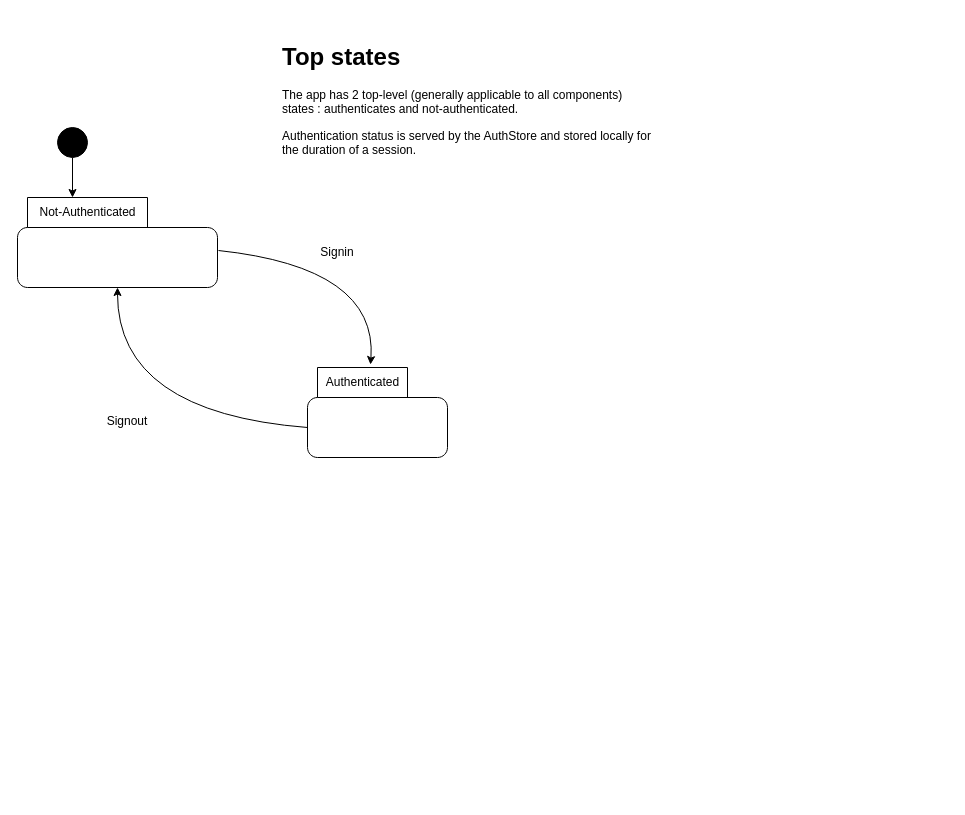
The draw.io diagram page "States" (2 of 5) of design/frontend.app.swa.drawio in sergiunagy/findashboard, before the edit. Source tidied: cells renumbered, new cells numbered last; positions are measured from the earlier drawing's top-left corner, leaving out a move shared by most shapes. Both pictures are drawn from the tidied source at 100%, with x=0, y=0 at pixel (17, 37).
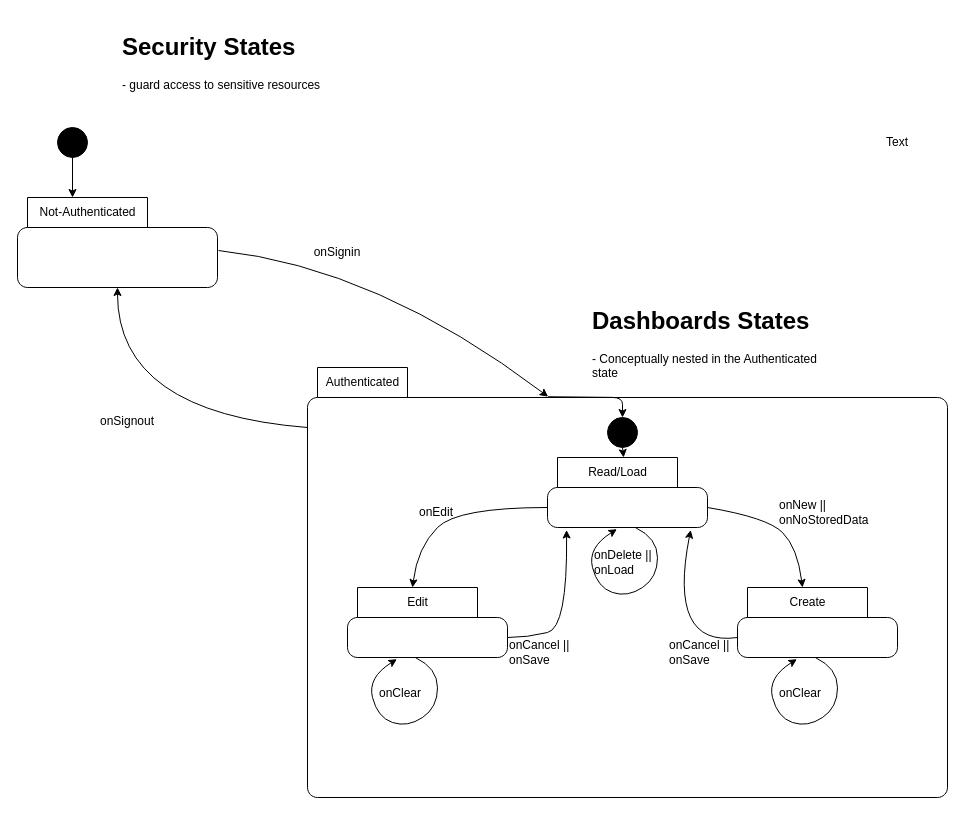
Above is the later version.

Commit message (it also covers changes not shown here):
FIN-13: App state machine diagram

The change refers to these unchanged cells:
```xml
<mxCell id="2" value="Not-Authenticated" style="shape=folder;align=center;verticalAlign=middle;fontStyle=0;tabWidth=130;tabHeight=30;tabPosition=left;html=1;boundedLbl=1;labelInHeader=1;rounded=1;absoluteArcSize=1;arcSize=10;" parent="1" vertex="1">
  <mxGeometry y="160" width="200" height="90" as="geometry" />
</mxCell>
```

Change to the diagram source:
```diff
@@
     <mxCell id="3" value="Authenticated" style="shape=folder;align=center;verticalAlign=middle;fontStyle=0;tabWidth=100;tabHeight=30;tabPosition=left;html=1;boundedLbl=1;labelInHeader=1;rounded=1;absoluteArcSize=1;arcSize=10;" parent="1" vertex="1">
-      <mxGeometry x="290" y="330" width="140" height="90" as="geometry" />
+      <mxGeometry x="290" y="330" width="640" height="430" as="geometry" />
     </mxCell>
-    <mxCell id="4" style="curved=1;endArrow=classic;html=1;exitX=1.005;exitY=0.589;exitDx=0;exitDy=0;exitPerimeter=0;entryX=0.45;entryY=-0.033;entryDx=0;entryDy=0;entryPerimeter=0;" parent="1" edge="1" source="2" target="3">
+    <mxCell id="4" style="curved=1;endArrow=classic;html=1;exitX=1.005;exitY=0.589;exitDx=0;exitDy=0;exitPerimeter=0;entryX=0.376;entryY=0.068;entryDx=0;entryDy=0;entryPerimeter=0;" parent="1" edge="1" source="2" target="3">
       <mxGeometry relative="1" as="geometry">
         <Array as="points">
           <mxPoint x="360" y="230" />
         </Array>
       </mxGeometry>
     </mxCell>
@@
-    <mxCell id="6" value="Signin" style="text;html=1;strokeColor=none;fillColor=none;align=center;verticalAlign=middle;whiteSpace=wrap;rounded=0;" parent="1" vertex="1">
+    <mxCell id="6" value="onSignin" style="text;html=1;strokeColor=none;fillColor=none;align=center;verticalAlign=middle;whiteSpace=wrap;rounded=0;" parent="1" vertex="1">
       <mxGeometry x="290" y="200" width="60" height="30" as="geometry" />
     </mxCell>
-    <mxCell id="7" value="Signout" style="text;html=1;strokeColor=none;fillColor=none;align=center;verticalAlign=middle;whiteSpace=wrap;rounded=0;" parent="1" vertex="1">
+    <mxCell id="7" value="onSignout" style="text;html=1;strokeColor=none;fillColor=none;align=center;verticalAlign=middle;whiteSpace=wrap;rounded=0;" parent="1" vertex="1">
       <mxGeometry x="80" y="369" width="60" height="30" as="geometry" />
     </mxCell>
-    <mxCell id="8" value="&lt;h1&gt;Top states&lt;/h1&gt;&lt;p&gt;The app has 2 top-level (generally applicable to all components)&amp;nbsp; states : authenticates and not-authenticated.&lt;/p&gt;&lt;p&gt;Authentication status is served by the AuthStore and stored locally for the duration of a session.&lt;/p&gt;" style="text;html=1;strokeColor=none;fillColor=none;spacing=5;spacingTop=-20;whiteSpace=wrap;overflow=hidden;rounded=0;" parent="1" vertex="1">
-      <mxGeometry x="260" width="380" height="120" as="geometry" />
+    <mxCell id="8" value="&lt;h1&gt;Security States&lt;/h1&gt;&lt;div&gt;- guard access to sensitive resources&lt;/div&gt;" style="text;html=1;strokeColor=none;fillColor=none;spacing=5;spacingTop=-20;whiteSpace=wrap;overflow=hidden;rounded=0;" parent="1" vertex="1">
+      <mxGeometry x="100" y="-10" width="380" height="85" as="geometry" />
     </mxCell>
@@
+    <mxCell id="11" value="&lt;h1&gt;Dashboards States&lt;/h1&gt;&lt;div&gt;- Conceptually nested in the Authenticated state&lt;/div&gt;" style="text;html=1;strokeColor=none;fillColor=none;spacing=5;spacingTop=-20;whiteSpace=wrap;overflow=hidden;rounded=0;" parent="1" vertex="1">
+      <mxGeometry x="570" y="264" width="240" height="86" as="geometry" />
+    </mxCell>
+    <mxCell id="12" style="ellipse;fillColor=strokeColor;" parent="1" vertex="1">
+      <mxGeometry x="590" y="380" width="30" height="30" as="geometry" />
+    </mxCell>
+    <mxCell id="13" value="Edit" style="shape=folder;align=center;verticalAlign=middle;fontStyle=0;tabWidth=130;tabHeight=30;tabPosition=left;html=1;boundedLbl=1;labelInHeader=1;rounded=1;absoluteArcSize=1;arcSize=10;" parent="1" vertex="1">
+      <mxGeometry x="330" y="550" width="160" height="70" as="geometry" />
+    </mxCell>
+    <mxCell id="14" value="Read/Load" style="shape=folder;align=center;verticalAlign=middle;fontStyle=0;tabWidth=130;tabHeight=30;tabPosition=left;html=1;boundedLbl=1;labelInHeader=1;rounded=1;absoluteArcSize=1;arcSize=10;" parent="1" vertex="1">
+      <mxGeometry x="530" y="420" width="160" height="70" as="geometry" />
+    </mxCell>
+    <mxCell id="15" value="Create" style="shape=folder;align=center;verticalAlign=middle;fontStyle=0;tabWidth=130;tabHeight=30;tabPosition=left;html=1;boundedLbl=1;labelInHeader=1;rounded=1;absoluteArcSize=1;arcSize=10;" parent="1" vertex="1">
+      <mxGeometry x="720" y="550" width="160" height="70" as="geometry" />
+    </mxCell>
+    <mxCell id="16" style="curved=1;endArrow=classic;html=1;entryX=0;entryY=0;entryDx=65;entryDy=0;entryPerimeter=0;exitX=0;exitY=0;exitDx=160;exitDy=50;exitPerimeter=0;" parent="1" edge="1" source="14" target="15">
+      <mxGeometry relative="1" as="geometry">
+        <Array as="points">
+          <mxPoint x="750" y="480" />
+          <mxPoint x="780" y="510" />
+        </Array>
+      </mxGeometry>
+    </mxCell>
+    <mxCell id="17" value="onNew ||&lt;br&gt;onNoStoredData" style="text;html=1;strokeColor=none;fillColor=none;align=left;verticalAlign=middle;whiteSpace=wrap;rounded=0;" parent="1" vertex="1">
+      <mxGeometry x="760" y="460" width="110" height="30" as="geometry" />
+    </mxCell>
+    <mxCell id="18" style="curved=1;endArrow=classic;html=1;exitX=0;exitY=0;exitDx=0;exitDy=50;exitPerimeter=0;entryX=0;entryY=0;entryDx=65;entryDy=0;entryPerimeter=0;" parent="1" edge="1" source="14" target="13">
+      <mxGeometry relative="1" as="geometry">
+        <Array as="points">
+          <mxPoint x="440" y="470" />
+          <mxPoint x="400" y="510" />
+        </Array>
+      </mxGeometry>
+    </mxCell>
+    <mxCell id="19" style="curved=1;endArrow=classic;html=1;exitX=0;exitY=0;exitDx=160;exitDy=50;exitPerimeter=0;entryX=0.119;entryY=1.036;entryDx=0;entryDy=0;entryPerimeter=0;" parent="1" edge="1" source="13" target="14">
+      <mxGeometry relative="1" as="geometry">
+        <Array as="points">
+          <mxPoint x="510" y="600" />
+          <mxPoint x="550" y="590" />
+        </Array>
+      </mxGeometry>
+    </mxCell>
+    <mxCell id="20" value="onEdit" style="text;html=1;strokeColor=none;fillColor=none;align=left;verticalAlign=middle;whiteSpace=wrap;rounded=0;" parent="1" vertex="1">
+      <mxGeometry x="400" y="460" width="65" height="30" as="geometry" />
+    </mxCell>
+    <mxCell id="21" value="onCancel ||&lt;br&gt;onSave" style="text;html=1;strokeColor=none;fillColor=none;align=left;verticalAlign=middle;whiteSpace=wrap;rounded=0;" parent="1" vertex="1">
+      <mxGeometry x="490" y="600" width="70" height="30" as="geometry" />
+    </mxCell>
+    <mxCell id="22" style="curved=1;endArrow=classic;html=1;exitX=0.299;exitY=0.993;exitDx=0;exitDy=0;exitPerimeter=0;entryX=0.184;entryY=1.017;entryDx=0;entryDy=0;entryPerimeter=0;" parent="1" edge="1">
+      <mxGeometry relative="1" as="geometry">
+        <mxPoint x="397.8" y="620" as="sourcePoint" />
+        <mxPoint x="379.4" y="621.7" as="targetPoint" />
+        <Array as="points">
+          <mxPoint x="420" y="630.5" />
+          <mxPoint x="420" y="670" />
+          <mxPoint x="390" y="690" />
+          <mxPoint x="360" y="680" />
+          <mxPoint x="350" y="640" />
+        </Array>
+      </mxGeometry>
+    </mxCell>
+    <mxCell id="23" value="onClear" style="text;html=1;strokeColor=none;fillColor=none;align=left;verticalAlign=middle;whiteSpace=wrap;rounded=0;" parent="1" vertex="1">
+      <mxGeometry x="360" y="640.5" width="50" height="30" as="geometry" />
+    </mxCell>
+    <mxCell id="24" value="onDelete ||&lt;br&gt;onLoad" style="text;html=1;strokeColor=none;fillColor=none;align=left;verticalAlign=middle;whiteSpace=wrap;rounded=0;" parent="1" vertex="1">
+      <mxGeometry x="575" y="510" width="60" height="30" as="geometry" />
+    </mxCell>
+    <mxCell id="25" value="onClear" style="text;html=1;strokeColor=none;fillColor=none;align=left;verticalAlign=middle;whiteSpace=wrap;rounded=0;" parent="1" vertex="1">
+      <mxGeometry x="760" y="640.5" width="50" height="30" as="geometry" />
+    </mxCell>
+    <mxCell id="26" style="curved=1;endArrow=classic;html=1;entryX=0.895;entryY=1.036;entryDx=0;entryDy=0;entryPerimeter=0;" parent="1" edge="1" target="14">
+      <mxGeometry relative="1" as="geometry">
+        <mxPoint x="720" y="600" as="sourcePoint" />
+        <Array as="points">
+          <mxPoint x="650" y="610" />
+        </Array>
+      </mxGeometry>
+    </mxCell>
+    <mxCell id="27" value="onCancel ||&lt;br&gt;onSave" style="text;html=1;strokeColor=none;fillColor=none;align=left;verticalAlign=middle;whiteSpace=wrap;rounded=0;" parent="1" vertex="1">
+      <mxGeometry x="650" y="600" width="70" height="30" as="geometry" />
+    </mxCell>
+    <mxCell id="28" style="endArrow=classic;html=1;exitX=0.376;exitY=0.068;exitDx=0;exitDy=0;exitPerimeter=0;entryX=0.5;entryY=0;entryDx=0;entryDy=0;" parent="1" edge="1" source="3" target="12">
+      <mxGeometry relative="1" as="geometry">
+        <Array as="points">
+          <mxPoint x="605" y="360" />
+        </Array>
+      </mxGeometry>
+    </mxCell>
+    <mxCell id="29" style="endArrow=classic;html=1;exitX=0.5;exitY=1;exitDx=0;exitDy=0;" parent="1" edge="1" source="12" target="14">
+      <mxGeometry relative="1" as="geometry" />
+    </mxCell>
+    <mxCell id="30" style="curved=1;endArrow=classic;html=1;exitX=0.299;exitY=0.993;exitDx=0;exitDy=0;exitPerimeter=0;entryX=0.184;entryY=1.017;entryDx=0;entryDy=0;entryPerimeter=0;" parent="1" edge="1">
+      <mxGeometry relative="1" as="geometry">
+        <mxPoint x="797.8" y="620" as="sourcePoint" />
+        <mxPoint x="779.4" y="621.7" as="targetPoint" />
+        <Array as="points">
+          <mxPoint x="820" y="630.5" />
+          <mxPoint x="820" y="670" />
+          <mxPoint x="790" y="690" />
+          <mxPoint x="760" y="680" />
+          <mxPoint x="750" y="640" />
+        </Array>
+      </mxGeometry>
+    </mxCell>
+    <mxCell id="31" style="curved=1;endArrow=classic;html=1;exitX=0.299;exitY=0.993;exitDx=0;exitDy=0;exitPerimeter=0;entryX=0.184;entryY=1.017;entryDx=0;entryDy=0;entryPerimeter=0;" parent="1" edge="1">
+      <mxGeometry relative="1" as="geometry">
+        <mxPoint x="617.8" y="490" as="sourcePoint" />
+        <mxPoint x="599.4" y="491.7" as="targetPoint" />
+        <Array as="points">
+          <mxPoint x="640" y="500.5" />
+          <mxPoint x="640" y="540" />
+          <mxPoint x="610" y="560" />
+          <mxPoint x="580" y="550" />
+          <mxPoint x="570" y="510" />
+        </Array>
+      </mxGeometry>
+    </mxCell>
+    <mxCell id="32" value="Text" style="text;html=1;strokeColor=none;fillColor=none;align=center;verticalAlign=middle;whiteSpace=wrap;rounded=0;" parent="1" vertex="1">
+      <mxGeometry x="850" y="90" width="60" height="30" as="geometry" />
+    </mxCell>
```
